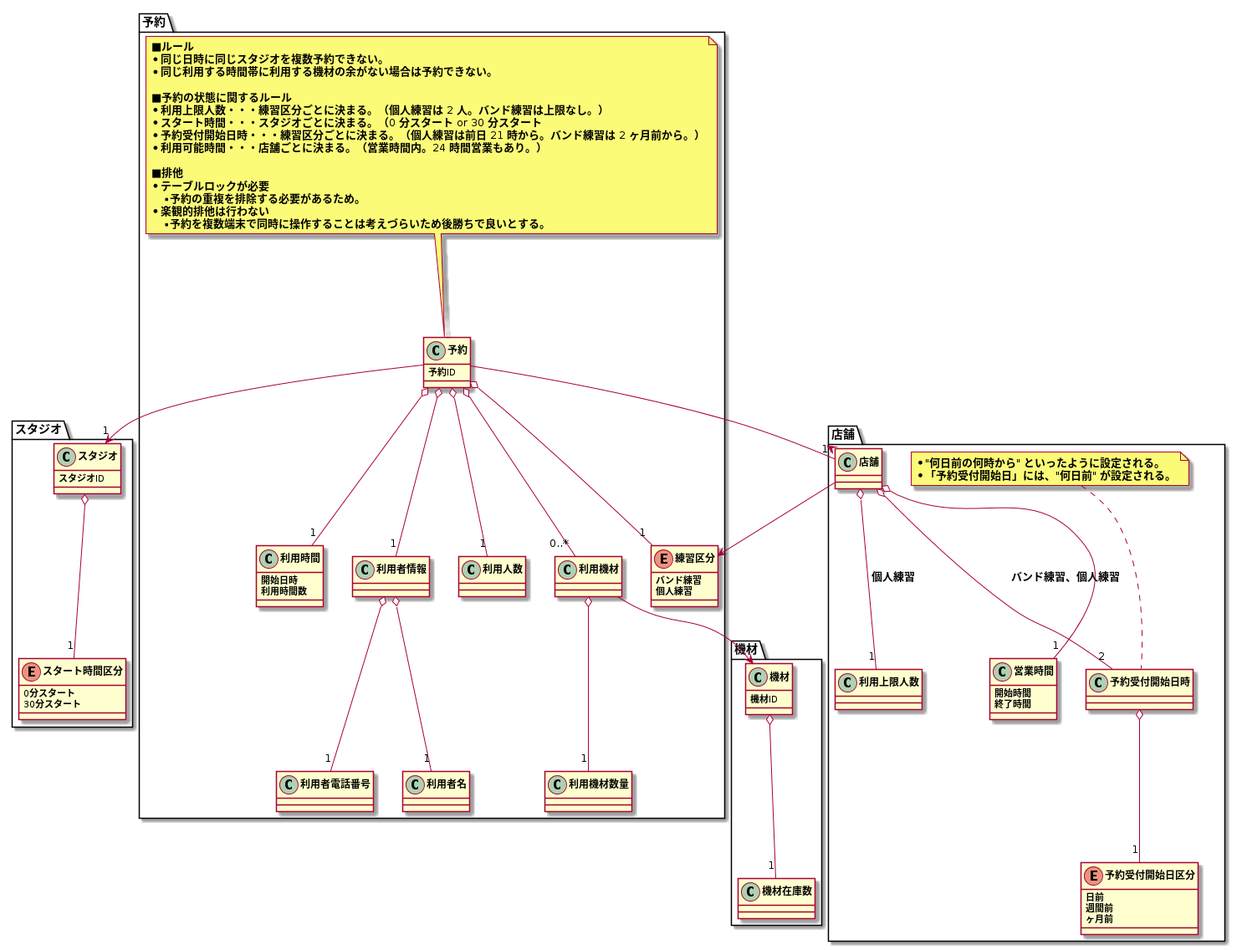
This is modeling/07_DomainModel_予約/DomainModel.png from TakashiOnawa/ddd-practice-studio-reservation, a PlantUML export, as it was before one commit.
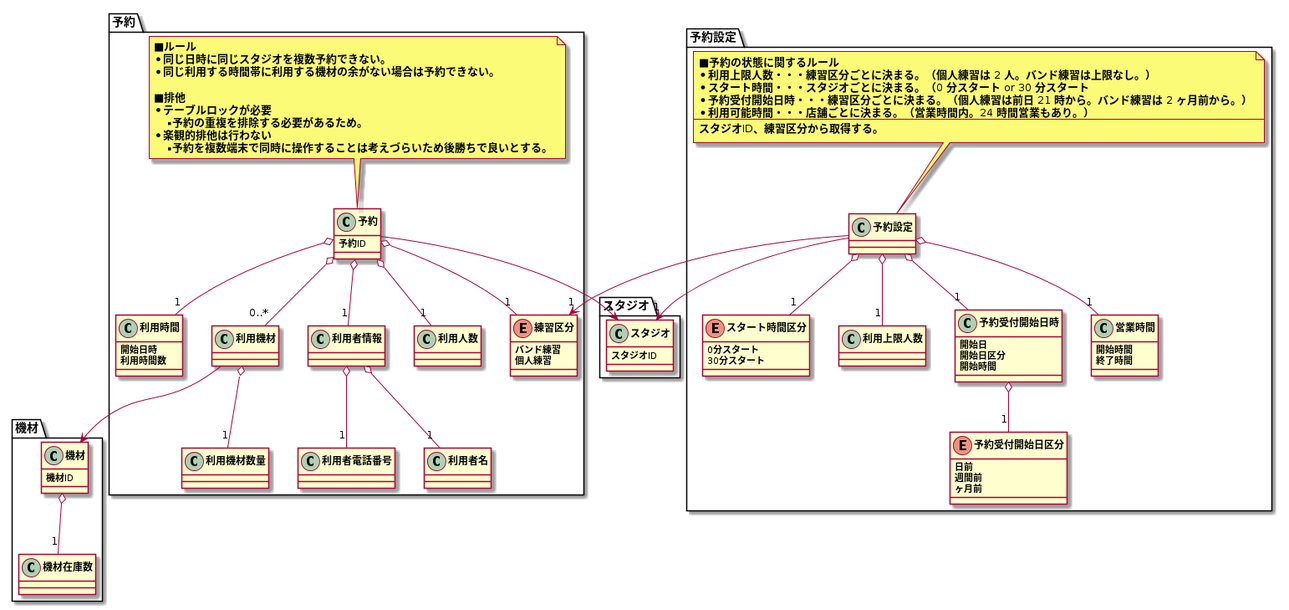
After the commit.

What changed in the source:
```diff
@@ -4,13 +4,6 @@
     class スタジオ {
         スタジオID
     }
-
-    enum スタート時間区分 {
-        0分スタート
-        30分スタート
-    }
-
-    スタジオ o-- "1" スタート時間区分
 }
 
 package 機材 {
@@ -51,7 +44,6 @@
     利用機材 --> 機材
     利用機材 o-- "1" 利用機材数量
 
-    予約 --> "1" 店舗
     予約 --> "1" スタジオ
     予約 o-- "1" 利用時間
     予約 o-- "1" 利用者情報
@@ -64,12 +56,6 @@
     * 同じ日時に同じスタジオを複数予約できない。
     * 同じ利用する時間帯に利用する機材の余がない場合は予約できない。
 
-    ■予約の状態に関するルール
-    * 利用上限人数・・・練習区分ごとに決まる。（個人練習は 2 人。バンド練習は上限なし。）
-    * スタート時間・・・スタジオごとに決まる。（0 分スタート or 30 分スタート
-    * 予約受付開始日時・・・練習区分ごとに決まる。（個人練習は前日 21 時から。バンド練習は 2 ヶ月前から。）
-    * 利用可能時間・・・店舗ごとに決まる。（営業時間内。24 時間営業もあり。）
-
     ■排他
     * テーブルロックが必要
     ** 予約の重複を排除する必要があるため。
@@ -78,18 +64,21 @@
     end note
 }
 
-package 店舗 {
-    class 店舗 {
-    }
+package 予約設定 {
+    class 予約設定
 
-    class 営業時間 {
-        開始時間
-        終了時間
+    enum スタート時間区分 {
+        0分スタート
+        30分スタート
     }
 
     class 利用上限人数
 
-    class 予約受付開始日時
+    class 予約受付開始日時 {
+        開始日
+        開始日区分
+        開始時間
+    }
     enum 予約受付開始日区分 {
         日前
         週間前
@@ -97,14 +86,26 @@
     }
     予約受付開始日時 o-- "1" 予約受付開始日区分
 
-    店舗 o-- "1" 営業時間
-    店舗 o-- "2" 予約受付開始日時 : バンド練習、個人練習
-    店舗 o-- "1" 利用上限人数 : 個人練習
-    店舗 --> 練習区分
+    class 営業時間 {
+        開始時間
+        終了時間
+    }
 
-    note top of 予約受付開始日時
-    * "何日前の何時から" といったように設定される。
-    * 「予約受付開始日」には、"何日前" が設定される。
+    予約設定 --> "1" スタジオ
+    予約設定 --> "1" 練習区分
+    予約設定 o-- "1" スタート時間区分
+    予約設定 o-- "1" 利用上限人数
+    予約設定 o-- "1" 予約受付開始日時
+    予約設定 o-- "1" 営業時間
+
+    note top of 予約設定
+    ■予約の状態に関するルール
+    * 利用上限人数・・・練習区分ごとに決まる。（個人練習は 2 人。バンド練習は上限なし。）
+    * スタート時間・・・スタジオごとに決まる。（0 分スタート or 30 分スタート
+    * 予約受付開始日時・・・練習区分ごとに決まる。（個人練習は前日 21 時から。バンド練習は 2 ヶ月前から。）
+    * 利用可能時間・・・店舗ごとに決まる。（営業時間内。24 時間営業もあり。）
+    ---
+    スタジオID、練習区分から取得する。
     end note
 }
 
```
